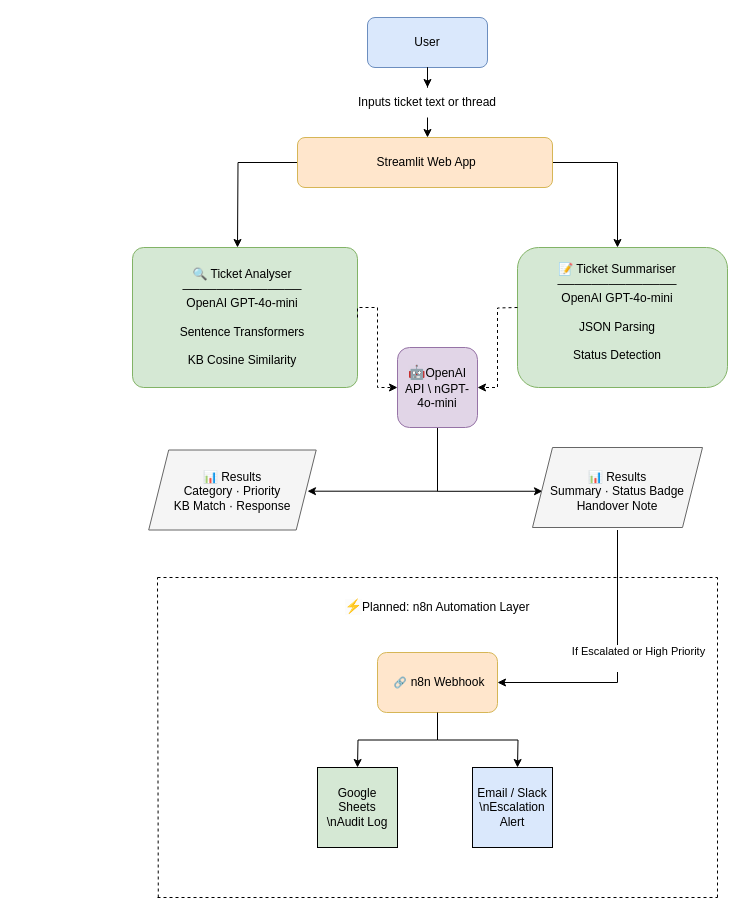
Earlier version of the draw.io diagram assets/architecture.drawio (darjan86/ai-service-desk-assistant). Source tidied: cells renumbered, new cells numbered last; positions are measured from the earlier drawing's top-left corner, leaving out a move shared by most shapes. Both pictures are drawn from the tidied source at 100%, with x=0, y=0 at pixel (132, 17).
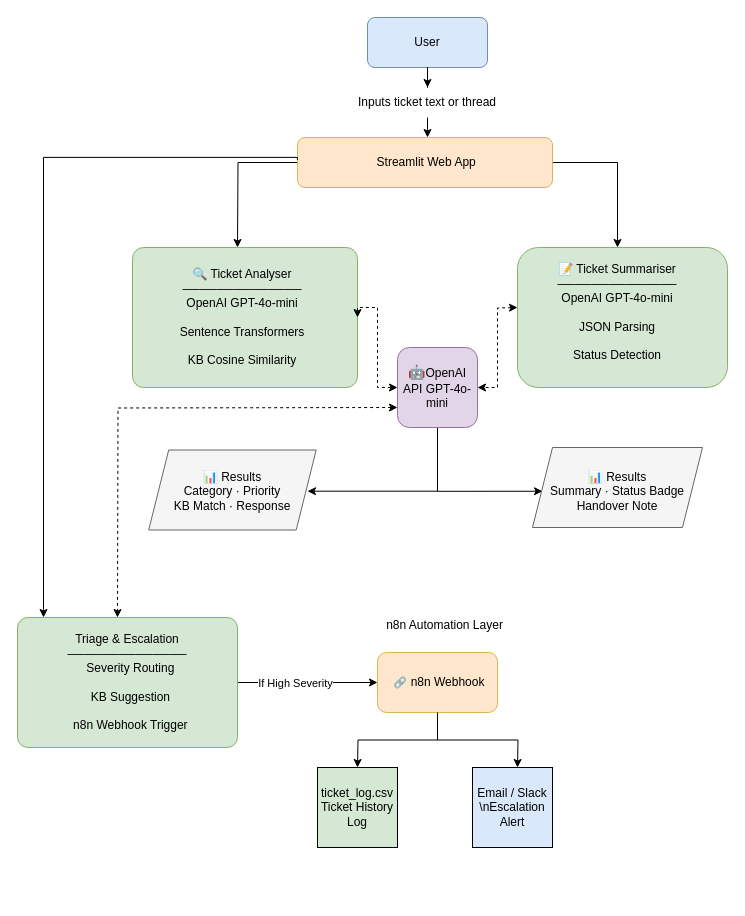
The same page after the edit.

Commit message:
changes to the architectual diagram

The change refers to these unchanged cells:
```xml
<mxCell id="10" style="rounded=1;whiteSpace=wrap;html=1;arcSize=8;fillColor=#D5E8D4;strokeColor=#82B366;" parent="1" vertex="1">
  <mxGeometry y="230" width="225" height="140" as="geometry" />
</mxCell>
<mxCell id="23" value="&lt;div&gt;📊 Results&lt;/div&gt;&lt;div&gt;Summary · Status Badge&lt;/div&gt;&lt;div&gt;Handover Note&lt;/div&gt;" style="text;html=1;whiteSpace=wrap;strokeColor=none;fillColor=none;align=center;verticalAlign=middle;rounded=0;" parent="1" vertex="1">
  <mxGeometry x="410" y="435" width="150" height="77.5" as="geometry" />
</mxCell>
<mxCell id="29" value="&lt;code style=&quot;box-sizing: border-box; border-style: solid; border-width: 0px; border-color: var(--border-medium); scrollbar-color: initial; scrollbar-width: initial; --tw-border-spacing-x: 0; --tw-border-spacing-y: 0; --tw-translate-x: 0; --tw-translate-y: 0; --tw-rotate: 0; --tw-skew-x: 0; --tw-skew-y: 0; --tw-scale-x: 1; --tw-scale-y: 1; --tw-pan-x: ; --tw-pan-y: ; --tw-pinch-zoom: ; --tw-scroll-snap-strictness: proximity; --tw-gradient-from-position: ; --tw-gradient-via-position: ; --tw-gradient-to-position: ; --tw-ordinal: ; --tw-slashed-zero: ; --tw-numeric-figure: ; --tw-numeric-spacing: ; --tw-numeric-fraction: ; --tw-ring-inset: ; --tw-ring-offset-width: 0px; --tw-ring-offset-color: #fff; --tw-ring-color: #3b82f680; --tw-ring-offset-shadow: 0 0 #0000; --tw-ring-shadow: 0 0 #0000; --tw-shadow: 0 0 #0000; --tw-shadow-colored: 0 0 #0000; --tw-blur: ; --tw-brightness: ; --tw-contrast: ; --tw-grayscale: ; --tw-hue-rotate: ; --tw-invert: ; --tw-saturate: ; --tw-sepia: ; --tw-drop-shadow: ; --tw-backdrop-blur: ; --tw-backdrop-brightness: ; --tw-backdrop-contrast: ; --tw-backdrop-grayscale: ; --tw-backdrop-hue-rotate: ; --tw-backdrop-invert: ; --tw-backdrop-opacity: ; --tw-backdrop-saturate: ; --tw-backdrop-sepia: ; --tw-contain-size: ; --tw-contain-layout: ; --tw-contain-paint: ; --tw-contain-style: ; font-feature-settings: normal; font-variation-settings: normal; font-size: 0.875em; color: rgb(214, 213, 212); background-color: var(--bg-soft); border-radius: 0.3125rem; padding: 0.125rem 0.25rem; font-synthesis: none; text-align: left; font-family: var(--pplx-mono), ui-monospace, SFMono-Regular, monospace !important;&quot;&gt;🔗&lt;/code&gt;n8n Webhook" style="text;html=1;whiteSpace=wrap;strokeColor=none;fillColor=none;align=center;verticalAlign=middle;rounded=0;" parent="1" vertex="1">
  <mxGeometry x="245" y="650" width="120" height="30" as="geometry" />
</mxCell>
```

What changed in the source:
```diff
@@
-    <mxCell id="17" value="&lt;span style=&quot;color: rgb(214, 213, 212); font-family: pplxSansMono, ui-monospace, SFMono-Regular, monospace; font-size: 14px; text-align: left; background-color: rgba(214, 213, 212, 0.07);&quot;&gt;🤖&lt;/span&gt;OpenAI API \ nGPT-4o-mini" style="text;html=1;whiteSpace=wrap;strokeColor=none;fillColor=none;align=center;verticalAlign=middle;rounded=0;" parent="1" vertex="1">
+    <mxCell id="17" value="&lt;span style=&quot;color: rgb(214, 213, 212); font-family: pplxSansMono, ui-monospace, SFMono-Regular, monospace; font-size: 14px; text-align: left; background-color: rgba(214, 213, 212, 0.07);&quot;&gt;🤖&lt;/span&gt;OpenAI API GPT-4o-mini" style="text;html=1;whiteSpace=wrap;strokeColor=none;fillColor=none;align=center;verticalAlign=middle;rounded=0;" parent="1" vertex="1">
       <mxGeometry x="265" y="340" width="80" height="60" as="geometry" />
     </mxCell>
@@
-    <mxCell id="21" style="edgeStyle=orthogonalEdgeStyle;rounded=0;jettySize=auto;html=1;exitX=0.5;exitY=1;exitDx=0;exitDy=0;entryX=1;entryY=0.5;entryDx=0;entryDy=0;" parent="1" edge="1" source="23" target="29">
+    <mxCell id="21" style="edgeStyle=orthogonalEdgeStyle;rounded=0;jettySize=auto;html=1;exitX=1;exitY=0.5;exitDx=0;exitDy=0;entryX=0;entryY=0.5;entryDx=0;entryDy=0;" parent="1" edge="1" source="37" target="29">
       <mxGeometry relative="1" as="geometry" />
     </mxCell>
-    <mxCell id="22" value="If Escalated or High Priority&lt;div&gt;&lt;br&gt;&lt;/div&gt;" style="edgeLabel;html=1;align=center;verticalAlign=middle;" parent="21" vertex="1">
+    <mxCell id="22" value="&lt;div&gt;If High Severity&lt;/div&gt;" style="edgeLabel;html=1;align=center;verticalAlign=middle;" parent="21" vertex="1">
       <mxGeometry x="-0.3" y="-1" relative="1" as="geometry">
-        <mxPoint x="21" y="33" as="offset" />
+        <mxPoint x="8" y="-1" as="offset" />
       </mxGeometry>
     </mxCell>
@@
-    <mxCell id="24" style="html=1;labelBackgroundColor=#ffffff;startArrow=none;startFill=0;startSize=6;endArrow=classic;endFill=1;endSize=6;jettySize=auto;strokeWidth=1;dashed=1;fontSize=14;rounded=0;exitX=1;exitY=0.5;exitDx=0;exitDy=0;edgeStyle=orthogonalEdgeStyle;entryX=0;entryY=0.5;entryDx=0;entryDy=0;" parent="1" edge="1" source="10" target="17">
+    <mxCell id="24" style="html=1;labelBackgroundColor=#ffffff;startArrow=classic;startFill=1;startSize=6;endArrow=classic;endFill=1;endSize=6;jettySize=auto;strokeWidth=1;dashed=1;fontSize=14;rounded=0;exitX=1;exitY=0.5;exitDx=0;exitDy=0;edgeStyle=orthogonalEdgeStyle;entryX=0;entryY=0.5;entryDx=0;entryDy=0;" parent="1" edge="1" source="10" target="17">
       <mxGeometry relative="1" as="geometry">
         <Array as="points">
           <mxPoint x="225" y="290" />
           <mxPoint x="245" y="290" />
           <mxPoint x="245" y="370" />
         </Array>
       </mxGeometry>
     </mxCell>
-    <mxCell id="25" style="html=1;labelBackgroundColor=#ffffff;startArrow=none;startFill=0;startSize=6;endArrow=classic;endFill=1;endSize=6;jettySize=auto;strokeWidth=1;dashed=1;fontSize=14;rounded=0;entryX=1;entryY=0.5;entryDx=0;entryDy=0;edgeStyle=orthogonalEdgeStyle;" parent="1" edge="1" target="17">
+    <mxCell id="25" style="html=1;labelBackgroundColor=#ffffff;startArrow=classic;startFill=1;startSize=6;endArrow=classic;endFill=1;endSize=6;jettySize=auto;strokeWidth=1;dashed=1;fontSize=14;rounded=0;entryX=1;entryY=0.5;entryDx=0;entryDy=0;edgeStyle=orthogonalEdgeStyle;" parent="1" edge="1" target="17">
       <mxGeometry relative="1" as="geometry">
         <mxPoint x="385" y="290" as="sourcePoint" />
       </mxGeometry>
     </mxCell>
-    <mxCell id="26" value="&lt;span style=&quot;color: rgb(214, 213, 212); font-family: pplxSansMono, ui-monospace, SFMono-Regular, monospace; font-size: 14px; text-align: start; background-color: rgba(214, 213, 212, 0.07);&quot;&gt;⚡&lt;/span&gt;Planned: n8n Automation Layer" style="text;html=1;whiteSpace=wrap;strokeColor=none;fillColor=none;align=center;verticalAlign=middle;rounded=0;" parent="1" vertex="1">
-      <mxGeometry x="200" y="570" width="210" height="40" as="geometry" />
+    <mxCell id="26" value="n8n Automation Layer" style="text;html=1;whiteSpace=wrap;strokeColor=none;fillColor=none;align=center;verticalAlign=middle;rounded=0;" parent="1" vertex="1">
+      <mxGeometry x="200" y="580" width="225" height="55" as="geometry" />
     </mxCell>
@@
-    <mxCell id="30" style="endArrow=none;dashed=1;html=1;rounded=0;" parent="1" edge="1">
-      <mxGeometry relative="1" as="geometry">
-        <mxPoint x="25" y="560" as="sourcePoint" />
-        <mxPoint x="585" y="560" as="targetPoint" />
-      </mxGeometry>
-    </mxCell>
@@
-    <mxCell id="32" value="Google Sheets \nAudit Log" style="whiteSpace=wrap;html=1;fillColor=#D5E8D4;" parent="1" vertex="1">
+    <mxCell id="32" value="&lt;div&gt;ticket_log.csv&lt;/div&gt;&lt;div&gt;Ticket History Log&lt;/div&gt;" style="whiteSpace=wrap;html=1;fillColor=#D5E8D4;" parent="1" vertex="1">
       <mxGeometry x="185" y="750" width="80" height="80" as="geometry" />
     </mxCell>
@@
-    <mxCell id="34" style="endArrow=none;dashed=1;html=1;rounded=0;" parent="1" edge="1">
-      <mxGeometry relative="1" as="geometry">
-        <mxPoint x="585" y="880" as="sourcePoint" />
-        <mxPoint x="585" y="560" as="targetPoint" />
-      </mxGeometry>
-    </mxCell>
-    <mxCell id="35" style="endArrow=none;dashed=1;html=1;rounded=0;" parent="1" edge="1">
-      <mxGeometry relative="1" as="geometry">
-        <mxPoint x="25.8" y="880" as="sourcePoint" />
-        <mxPoint x="25" y="560" as="targetPoint" />
-      </mxGeometry>
-    </mxCell>
-    <mxCell id="36" style="endArrow=none;dashed=1;html=1;rounded=0;" parent="1" edge="1">
-      <mxGeometry relative="1" as="geometry">
-        <mxPoint x="25" y="880" as="sourcePoint" />
-        <mxPoint x="585" y="880" as="targetPoint" />
-      </mxGeometry>
-    </mxCell>
+    <mxCell id="37" value="&lt;div&gt;Triage &amp;amp; Escalation&lt;/div&gt;&lt;div&gt;──────────────&lt;/div&gt;&lt;div&gt;&amp;nbsp; Severity Routing&lt;/div&gt;&lt;div&gt;&lt;br&gt;&lt;/div&gt;&lt;div&gt;&amp;nbsp; KB Suggestion&lt;/div&gt;&lt;div&gt;&lt;br&gt;&lt;/div&gt;&lt;div&gt;&amp;nbsp; n8n Webhook Trigger&lt;/div&gt;" style="rounded=1;whiteSpace=wrap;html=1;arcSize=8;fillColor=#D5E8D4;strokeColor=#82B366;" parent="1" vertex="1">
+      <mxGeometry x="-115" y="600" width="220" height="130" as="geometry" />
+    </mxCell>
+    <mxCell id="38" style="html=1;labelBackgroundColor=#ffffff;startArrow=classic;startFill=1;startSize=6;endArrow=classic;endFill=1;endSize=6;jettySize=auto;orthogonalLoop=1;strokeWidth=1;dashed=1;fontSize=14;rounded=0;entryX=1;entryY=0.5;entryDx=0;entryDy=0;edgeStyle=orthogonalEdgeStyle;" parent="1" edge="1">
+      <mxGeometry relative="1" as="geometry">
+        <mxPoint x="265" y="390" as="sourcePoint" />
+        <mxPoint x="-15" y="600" as="targetPoint" />
+      </mxGeometry>
+    </mxCell>
+    <mxCell id="39" style="edgeStyle=orthogonalEdgeStyle;rounded=0;orthogonalLoop=1;jettySize=auto;html=1;exitX=0;exitY=0.25;exitDx=0;exitDy=0;" parent="1" edge="1">
+      <mxGeometry relative="1" as="geometry">
+        <mxPoint x="164.9" y="142.4" as="sourcePoint" />
+        <mxPoint x="-89" y="600" as="targetPoint" />
+        <Array as="points">
+          <mxPoint x="164.9" y="139.9" />
+          <mxPoint x="-89.1" y="139.9" />
+        </Array>
+      </mxGeometry>
+    </mxCell>
```
